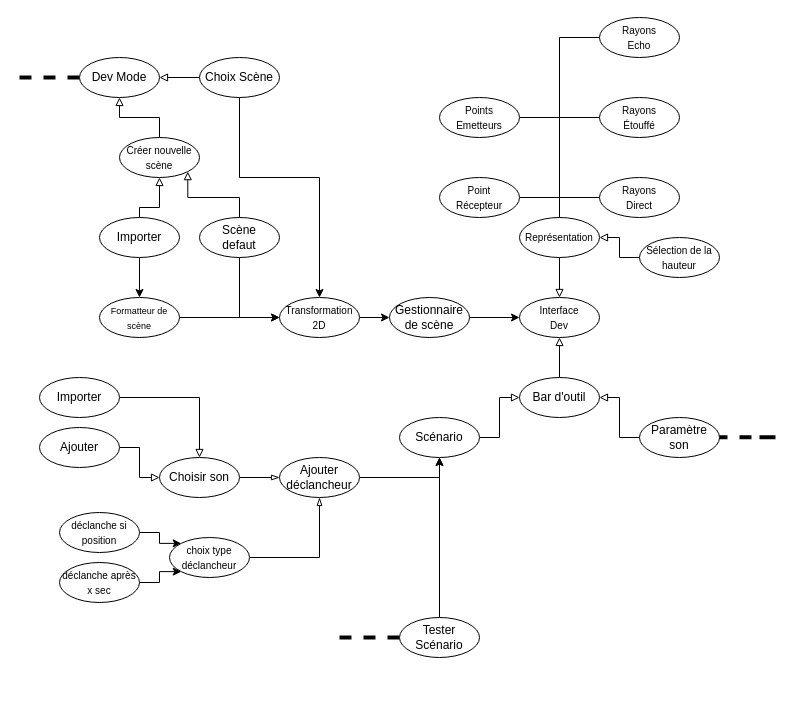
Before: doc/UML/UML_dev_mode.drawio in Cemecla/Acoustic-Tracing, a draw.io diagram. Source tidied: cells renumbered, new cells numbered last; positions are measured from the earlier drawing's top-left corner, leaving out a move shared by most shapes. Both pictures are drawn from the tidied source at 100%, with x=0, y=0 at pixel (19, 17).
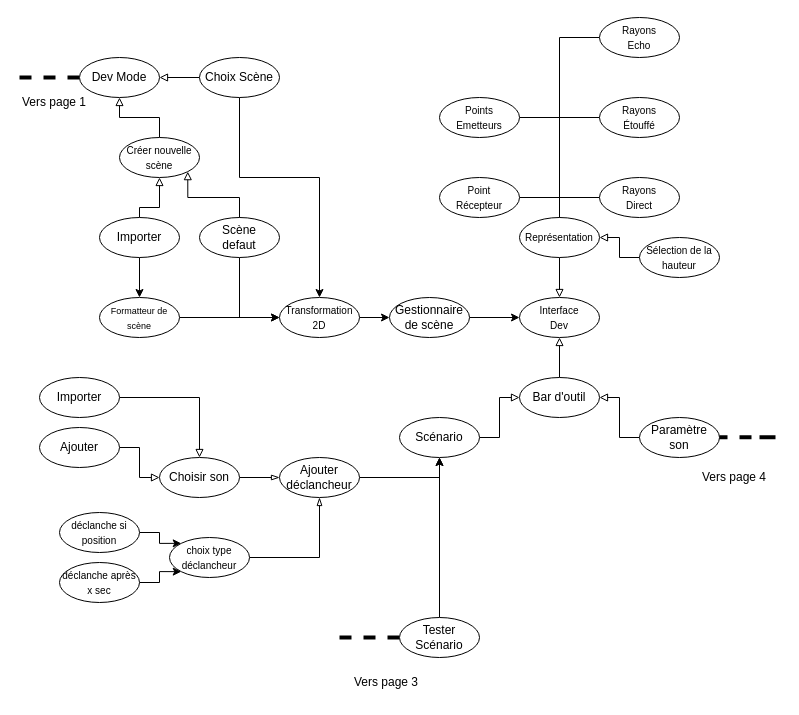
Above is the later version.

Commit message (it also covers changes not shown here):
Update use case

What changed in the source:
```diff
@@
+    <mxCell id="60" value="Vers page 1" style="text;html=1;align=center;verticalAlign=middle;whiteSpace=wrap;rounded=0;" parent="1" vertex="1">
+      <mxGeometry y="70" width="70" height="30" as="geometry" />
+    </mxCell>
+    <mxCell id="61" value="Vers page 3" style="text;html=1;align=center;verticalAlign=middle;whiteSpace=wrap;rounded=0;" parent="1" vertex="1">
+      <mxGeometry x="324" y="650" width="86" height="30" as="geometry" />
+    </mxCell>
+    <mxCell id="62" value="Vers page 4" style="text;html=1;align=center;verticalAlign=middle;whiteSpace=wrap;rounded=0;" parent="1" vertex="1">
+      <mxGeometry x="680" y="445" width="70" height="30" as="geometry" />
+    </mxCell>
```
